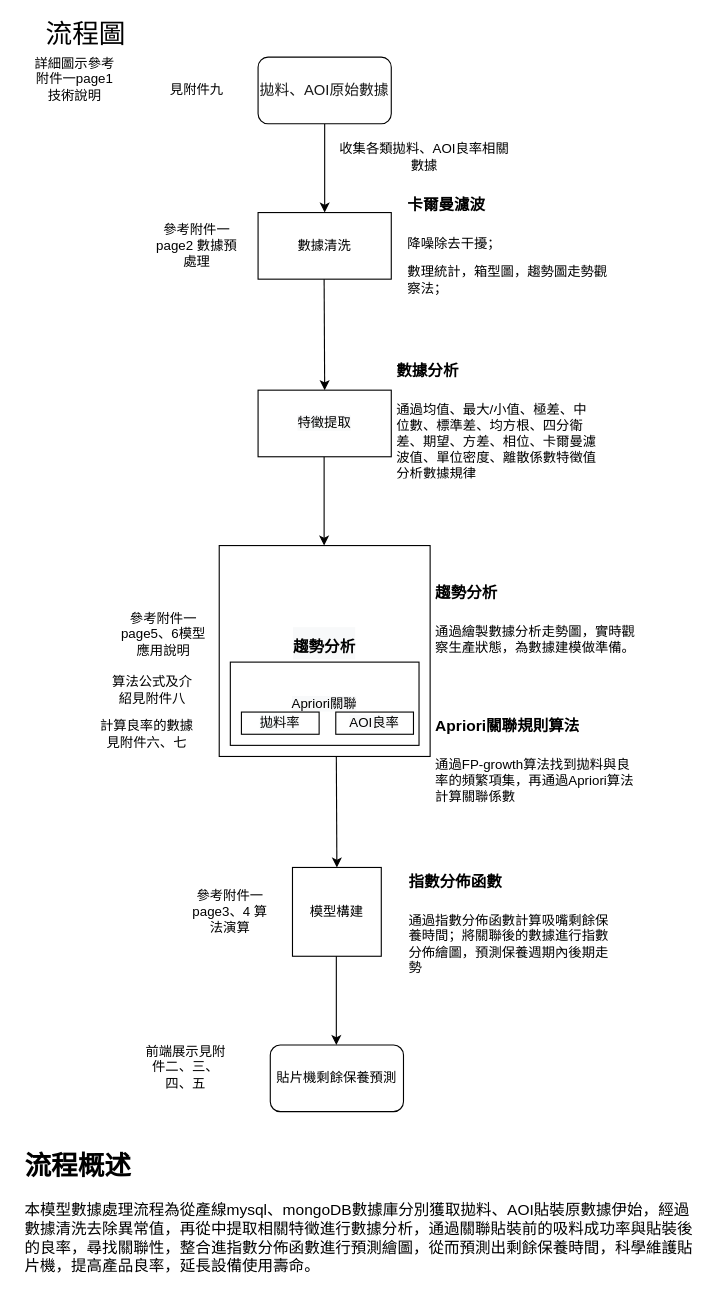
pioneer145790/manual-location keeps this draw.io diagram as Untitled Diagram.drawio. Above is the earlier version. Source tidied: cells renumbered, new cells numbered last; positions are measured from the earlier drawing's top-left corner, leaving out a move shared by most shapes. Both pictures are drawn from the tidied source at 111%, with x=0, y=0 at pixel (19, 23).
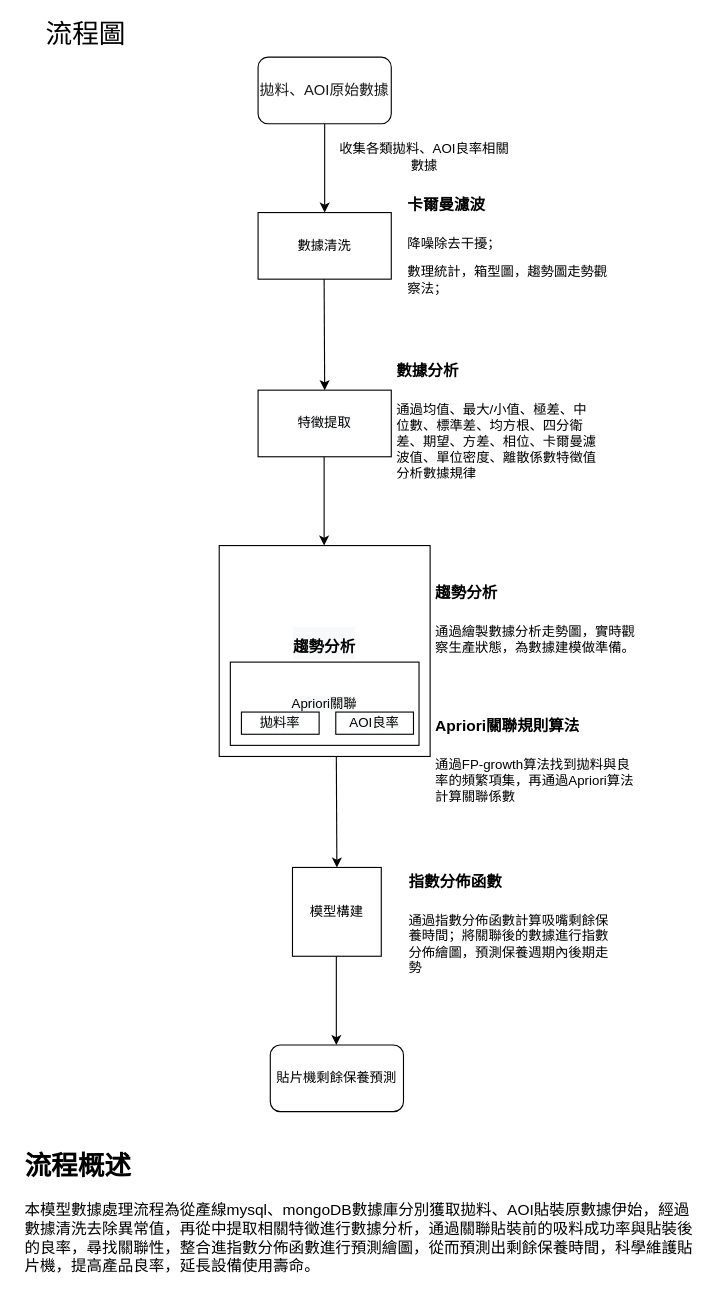
The same page after the edit.

Diff of the diagram source:
```diff
@@
-    <mxCell id="24" value="參考附件一page2 數據預處理" style="text;html=1;strokeColor=none;fillColor=none;align=center;verticalAlign=middle;whiteSpace=wrap;rounded=0;" parent="1" vertex="1">
-      <mxGeometry x="120" y="190" width="80" height="20" as="geometry" />
-    </mxCell>
-    <mxCell id="25" value="參考附件一page5、6模型應用說明" style="text;html=1;strokeColor=none;fillColor=none;align=center;verticalAlign=middle;whiteSpace=wrap;rounded=0;" parent="1" vertex="1">
-      <mxGeometry x="90" y="540" width="80" height="20" as="geometry" />
-    </mxCell>
-    <mxCell id="26" value="參考附件一page3、4 算法演算" style="text;html=1;strokeColor=none;fillColor=none;align=center;verticalAlign=middle;whiteSpace=wrap;rounded=0;" parent="1" vertex="1">
-      <mxGeometry x="150" y="790" width="80" height="20" as="geometry" />
-    </mxCell>
-    <mxCell id="27" value="詳細圖示參考附件一page1 技術說明" style="text;html=1;strokeColor=none;fillColor=none;align=center;verticalAlign=middle;whiteSpace=wrap;rounded=0;" parent="1" vertex="1">
-      <mxGeometry x="10" y="40" width="80" height="20" as="geometry" />
-    </mxCell>
-    <mxCell id="28" value="見附件九" style="text;html=1;strokeColor=none;fillColor=none;align=center;verticalAlign=middle;whiteSpace=wrap;rounded=0;" parent="1" vertex="1">
-      <mxGeometry x="120" y="50" width="80" height="20" as="geometry" />
-    </mxCell>
-    <mxCell id="29" value="算法公式及介紹見附件八" style="text;html=1;strokeColor=none;fillColor=none;align=center;verticalAlign=middle;whiteSpace=wrap;rounded=0;" parent="1" vertex="1">
-      <mxGeometry x="80" y="590" width="80" height="20" as="geometry" />
-    </mxCell>
-    <mxCell id="30" value="計算良率的數據見附件六、七" style="text;html=1;strokeColor=none;fillColor=none;align=center;verticalAlign=middle;whiteSpace=wrap;rounded=0;" parent="1" vertex="1">
-      <mxGeometry x="70" y="630" width="90" height="20" as="geometry" />
-    </mxCell>
-    <mxCell id="31" value="前端展示見附件二、三、四、五" style="text;html=1;strokeColor=none;fillColor=none;align=center;verticalAlign=middle;whiteSpace=wrap;rounded=0;" parent="1" vertex="1">
-      <mxGeometry x="110" y="930" width="80" height="20" as="geometry" />
-    </mxCell>
```
